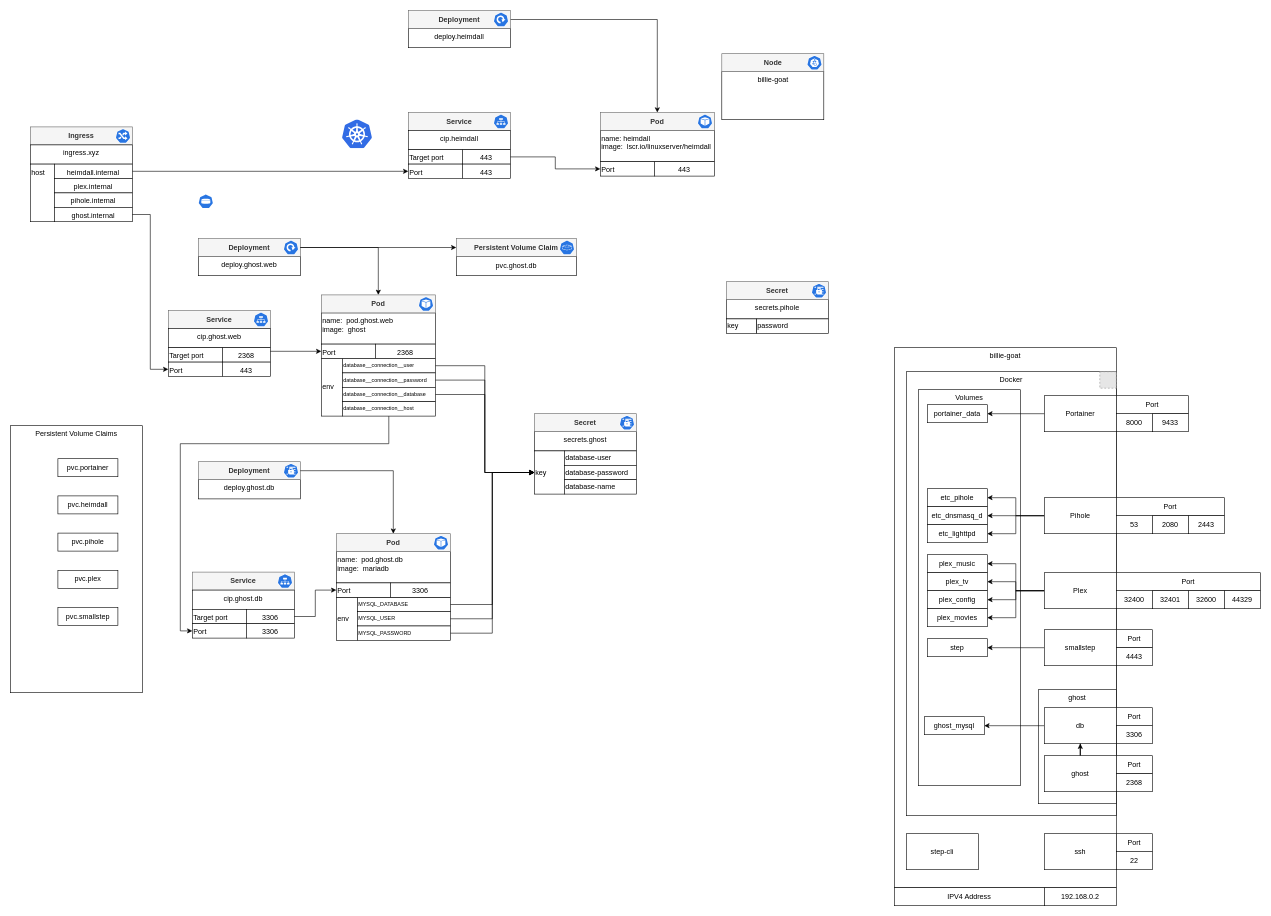
This is page "Kubernetes" (2 of 2) of Untitled Diagram.drawio from isaac-brown/diagrams, a draw.io file, before an edit. Source tidied: cells renumbered, new cells numbered last; positions are measured from the earlier drawing's top-left corner, leaving out a move shared by most shapes. Both pictures are drawn from the tidied source at 60%, with x=0, y=0 at pixel (10, 10). Pictures stored in the file or linked from it are replaced by grey dashed boxes.
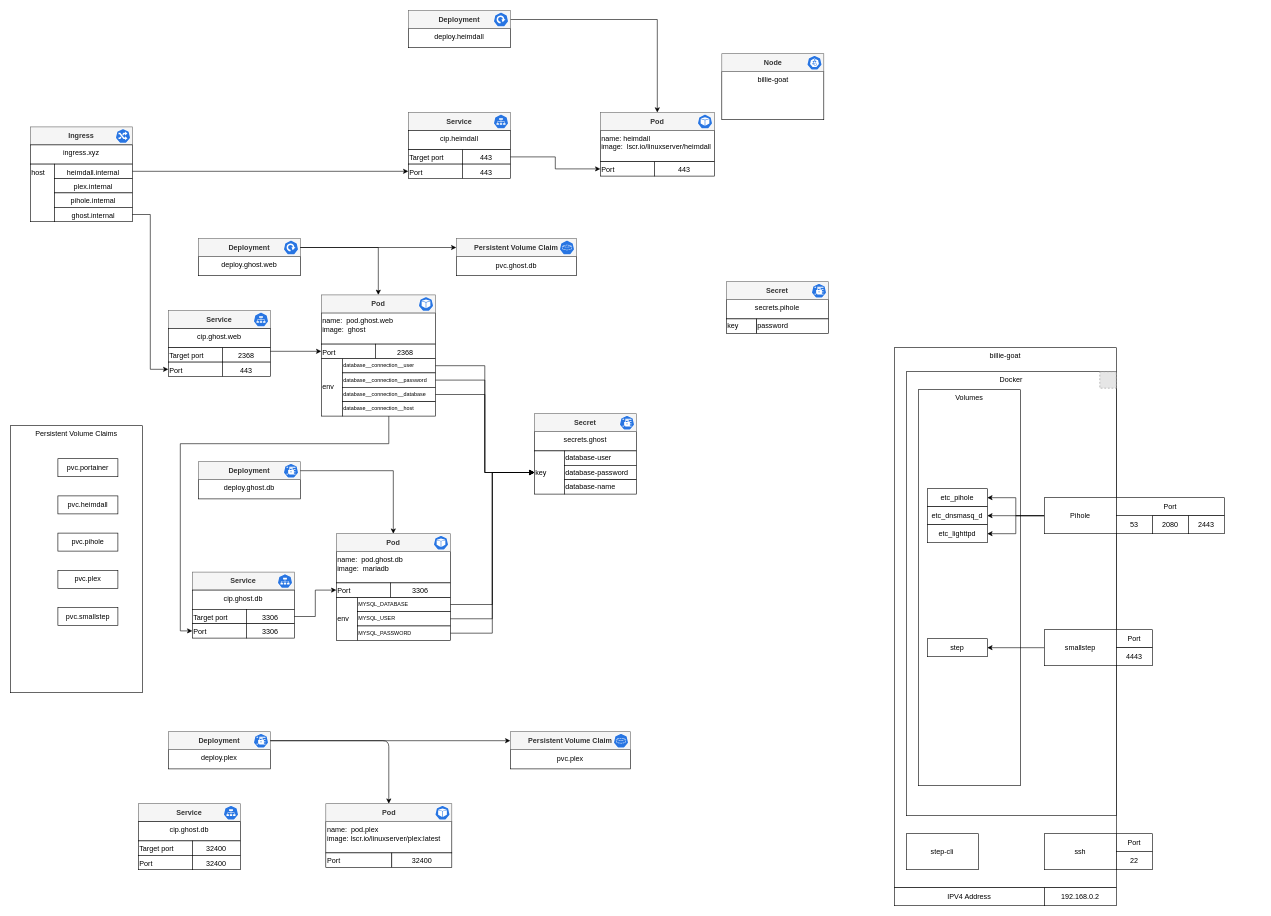
The same diagram, later.

Change to the diagram source:
```diff
@@
-    <mxCell id="4" style="sketch=0;html=1;dashed=0;whitespace=wrap;fillColor=#2875E2;strokeColor=#ffffff;verticalLabelPosition=bottom;align=center;verticalAlign=top;shape=mxgraph.kubernetes.icon;prIcon=pv;" parent="1" vertex="1">
-      <mxGeometry x="313" y="306" width="25" height="24" as="geometry" />
-    </mxCell>
@@
-    <mxCell id="12" value="Portainer" style="rounded=0;whiteSpace=wrap;html=1;" parent="1" vertex="1">
-      <mxGeometry x="1723" y="642" width="120" height="60" as="geometry" />
-    </mxCell>
-    <mxCell id="13" value="8000" style="rounded=0;whiteSpace=wrap;html=1;" parent="1" vertex="1">
-      <mxGeometry x="1843" y="672" width="60" height="30" as="geometry" />
-    </mxCell>
-    <mxCell id="14" value="Port" style="rounded=0;whiteSpace=wrap;html=1;" parent="1" vertex="1">
-      <mxGeometry x="1843" y="642" width="120" height="30" as="geometry" />
-    </mxCell>
@@
-    <mxCell id="23" style="edgeStyle=orthogonalEdgeStyle;rounded=0;jettySize=auto;html=1;" parent="1" edge="1" source="27" target="55">
-      <mxGeometry relative="1" as="geometry" />
-    </mxCell>
-    <mxCell id="24" style="edgeStyle=orthogonalEdgeStyle;rounded=0;jettySize=auto;html=1;" parent="1" edge="1" source="27" target="56">
-      <mxGeometry relative="1" as="geometry" />
-    </mxCell>
-    <mxCell id="25" style="edgeStyle=orthogonalEdgeStyle;rounded=0;jettySize=auto;html=1;" parent="1" edge="1" source="27" target="57">
-      <mxGeometry relative="1" as="geometry" />
-    </mxCell>
-    <mxCell id="26" style="edgeStyle=orthogonalEdgeStyle;rounded=0;jettySize=auto;html=1;" parent="1" edge="1" source="27" target="58">
-      <mxGeometry relative="1" as="geometry" />
-    </mxCell>
-    <mxCell id="27" value="Plex" style="rounded=0;whiteSpace=wrap;html=1;" parent="1" vertex="1">
-      <mxGeometry x="1723" y="937" width="120" height="60" as="geometry" />
-    </mxCell>
-    <mxCell id="28" value="32400" style="rounded=0;whiteSpace=wrap;html=1;" parent="1" vertex="1">
-      <mxGeometry x="1843" y="967" width="60" height="30" as="geometry" />
-    </mxCell>
-    <mxCell id="29" value="Port" style="rounded=0;whiteSpace=wrap;html=1;" parent="1" vertex="1">
-      <mxGeometry x="1843" y="937" width="240" height="30" as="geometry" />
-    </mxCell>
-    <mxCell id="30" value="portainer_data" style="rounded=0;whiteSpace=wrap;html=1;" parent="1" vertex="1">
-      <mxGeometry x="1528" y="657" width="100" height="30" as="geometry" />
-    </mxCell>
-    <mxCell id="31" style="edgeStyle=orthogonalEdgeStyle;rounded=0;jettySize=auto;html=1;exitX=0;exitY=0.5;exitDx=0;exitDy=0;" parent="1" edge="1" source="12" target="30">
-      <mxGeometry relative="1" as="geometry" />
-    </mxCell>
@@
-    <mxCell id="35" value="9433" style="rounded=0;whiteSpace=wrap;html=1;" parent="1" vertex="1">
-      <mxGeometry x="1903" y="672" width="60" height="30" as="geometry" />
-    </mxCell>
@@
-    <mxCell id="37" value="ghost" style="rounded=0;whiteSpace=wrap;html=1;verticalAlign=top;" parent="1" vertex="1">
-      <mxGeometry x="1713" y="1132" width="130" height="190" as="geometry" />
-    </mxCell>
-    <mxCell id="38" value="3306" style="rounded=0;whiteSpace=wrap;html=1;" parent="1" vertex="1">
-      <mxGeometry x="1843" y="1192" width="60" height="30" as="geometry" />
-    </mxCell>
-    <mxCell id="39" style="edgeStyle=orthogonalEdgeStyle;rounded=0;jettySize=auto;html=1;entryX=1;entryY=0.5;entryDx=0;entryDy=0;" parent="1" edge="1" source="40" target="59">
-      <mxGeometry relative="1" as="geometry" />
-    </mxCell>
-    <mxCell id="40" value="db" style="rounded=0;whiteSpace=wrap;html=1;" parent="1" vertex="1">
-      <mxGeometry x="1723" y="1162" width="120" height="60" as="geometry" />
-    </mxCell>
-    <mxCell id="41" value="Port" style="rounded=0;whiteSpace=wrap;html=1;" parent="1" vertex="1">
-      <mxGeometry x="1843" y="1162" width="60" height="30" as="geometry" />
-    </mxCell>
-    <mxCell id="42" style="edgeStyle=orthogonalEdgeStyle;rounded=0;jettySize=auto;html=1;" parent="1" edge="1" source="43" target="40">
-      <mxGeometry relative="1" as="geometry" />
-    </mxCell>
-    <mxCell id="43" value="ghost" style="rounded=0;whiteSpace=wrap;html=1;" parent="1" vertex="1">
-      <mxGeometry x="1723" y="1242" width="120" height="60" as="geometry" />
-    </mxCell>
-    <mxCell id="44" value="Port" style="rounded=0;whiteSpace=wrap;html=1;" parent="1" vertex="1">
-      <mxGeometry x="1843" y="1242" width="60" height="30" as="geometry" />
-    </mxCell>
-    <mxCell id="45" value="2368" style="rounded=0;whiteSpace=wrap;html=1;" parent="1" vertex="1">
-      <mxGeometry x="1843" y="1272" width="60" height="30" as="geometry" />
-    </mxCell>
@@
-    <mxCell id="50" value="32401" style="rounded=0;whiteSpace=wrap;html=1;" parent="1" vertex="1">
-      <mxGeometry x="1903" y="967" width="60" height="30" as="geometry" />
-    </mxCell>
-    <mxCell id="51" value="32600" style="rounded=0;whiteSpace=wrap;html=1;" parent="1" vertex="1">
-      <mxGeometry x="1963" y="967" width="60" height="30" as="geometry" />
-    </mxCell>
-    <mxCell id="52" value="44329" style="rounded=0;whiteSpace=wrap;html=1;" parent="1" vertex="1">
-      <mxGeometry x="2023" y="967" width="60" height="30" as="geometry" />
-    </mxCell>
@@
-    <mxCell id="55" value="plex_music" style="rounded=0;whiteSpace=wrap;html=1;" parent="1" vertex="1">
-      <mxGeometry x="1528" y="907" width="100" height="30" as="geometry" />
-    </mxCell>
-    <mxCell id="56" value="plex_tv" style="rounded=0;whiteSpace=wrap;html=1;" parent="1" vertex="1">
-      <mxGeometry x="1528" y="937" width="100" height="30" as="geometry" />
-    </mxCell>
-    <mxCell id="57" value="plex_config" style="rounded=0;whiteSpace=wrap;html=1;" parent="1" vertex="1">
-      <mxGeometry x="1528" y="967" width="100" height="30" as="geometry" />
-    </mxCell>
-    <mxCell id="58" value="plex_movies" style="rounded=0;whiteSpace=wrap;html=1;" parent="1" vertex="1">
-      <mxGeometry x="1528" y="997" width="100" height="30" as="geometry" />
-    </mxCell>
-    <mxCell id="59" value="ghost_mysql" style="rounded=0;whiteSpace=wrap;html=1;" parent="1" vertex="1">
-      <mxGeometry x="1523" y="1177" width="100" height="30" as="geometry" />
-    </mxCell>
@@
-    <mxCell id="61" style="sketch=0;html=1;align=center;image;fontSize=12;image=img/lib/mscae/Kubernetes.svg;" parent="1" vertex="1">
-      <mxGeometry x="553" y="182" width="50" height="48" as="geometry" />
-    </mxCell>
@@
+    <mxCell id="174" style="group;" parent="1" vertex="1">
+      <mxGeometry x="525.5" y="1322" width="210" height="106" as="geometry" />
+    </mxCell>
+    <mxCell id="175" value="name: &lt;span style=&quot;white-space: pre;&quot;&gt; &lt;/span&gt;pod.plex&lt;br&gt;image:&lt;span style=&quot;white-space: pre;&quot;&gt; &lt;/span&gt;lscr.io/linuxserver/plex:latest" style="rounded=0;whiteSpace=wrap;html=1;fontColor=#000000;verticalAlign=top;align=left;" parent="174" vertex="1">
+      <mxGeometry y="30" width="210" height="52" as="geometry" />
+    </mxCell>
+    <mxCell id="176" value="Pod" style="rounded=0;whiteSpace=wrap;html=1;verticalAlign=middle;fillColor=#f5f5f5;strokeColor=#666666;fontColor=#333333;fontStyle=1;" parent="174" vertex="1">
+      <mxGeometry width="210" height="30" as="geometry" />
+    </mxCell>
+    <mxCell id="177" style="sketch=0;html=1;dashed=0;whitespace=wrap;fillColor=#2875E2;strokeColor=#ffffff;verticalLabelPosition=bottom;align=center;verticalAlign=top;shape=mxgraph.kubernetes.icon;prIcon=pod;fontColor=#000000;" parent="174" vertex="1">
+      <mxGeometry x="182" y="3" width="25" height="24" as="geometry" />
+    </mxCell>
+    <mxCell id="178" value="Port" style="rounded=0;whiteSpace=wrap;html=1;fontColor=#000000;verticalAlign=top;align=left;" parent="174" vertex="1">
+      <mxGeometry y="82" width="110" height="24" as="geometry" />
+    </mxCell>
+    <mxCell id="179" value="32400" style="rounded=0;whiteSpace=wrap;html=1;fontColor=#000000;verticalAlign=top;" parent="174" vertex="1">
+      <mxGeometry x="110" y="82" width="100" height="24" as="geometry" />
+    </mxCell>
+    <mxCell id="180" style="group;" parent="1" vertex="1">
+      <mxGeometry x="263" y="1202" width="170" height="62" as="geometry" />
+    </mxCell>
+    <mxCell id="181" value="deploy.plex" style="rounded=0;whiteSpace=wrap;html=1;fontColor=#000000;verticalAlign=top;" parent="180" vertex="1">
+      <mxGeometry y="30" width="170" height="32" as="geometry" />
+    </mxCell>
+    <mxCell id="182" value="Deployment" style="rounded=0;whiteSpace=wrap;html=1;verticalAlign=middle;fillColor=#f5f5f5;strokeColor=#666666;fontColor=#333333;fontStyle=1;" parent="180" vertex="1">
+      <mxGeometry width="170" height="30" as="geometry" />
+    </mxCell>
+    <mxCell id="183" style="sketch=0;html=1;dashed=0;whitespace=wrap;fillColor=#2875E2;strokeColor=#ffffff;verticalLabelPosition=bottom;align=center;verticalAlign=top;shape=mxgraph.kubernetes.icon;prIcon=secret;fontColor=#000000;" parent="180" vertex="1">
+      <mxGeometry x="142" y="3" width="25" height="24" as="geometry" />
+    </mxCell>
+    <mxCell id="184" style="edgeStyle=orthogonalEdgeStyle;rounded=1;jettySize=auto;html=1;entryX=0.5;entryY=0;entryDx=0;entryDy=0;fontSize=9;fontColor=#000000;exitX=1;exitY=0.5;exitDx=0;exitDy=0;" parent="1" edge="1" source="182" target="176">
+      <mxGeometry relative="1" as="geometry" />
+    </mxCell>
+    <mxCell id="185" style="group;" parent="1" vertex="1">
+      <mxGeometry x="833" y="1202" width="200" height="62" as="geometry" />
+    </mxCell>
+    <mxCell id="186" value="pvc.plex" style="rounded=0;whiteSpace=wrap;html=1;" parent="185" vertex="1">
+      <mxGeometry y="30" width="200" height="32" as="geometry" />
+    </mxCell>
+    <mxCell id="187" value="Persistent Volume Claim" style="rounded=0;whiteSpace=wrap;html=1;verticalAlign=middle;fillColor=#f5f5f5;strokeColor=#666666;fontColor=#333333;fontStyle=1;" parent="185" vertex="1">
+      <mxGeometry width="200" height="30" as="geometry" />
+    </mxCell>
+    <mxCell id="188" style="sketch=0;html=1;dashed=0;whitespace=wrap;fillColor=#2875E2;strokeColor=#ffffff;verticalLabelPosition=bottom;align=center;verticalAlign=top;shape=mxgraph.kubernetes.icon;prIcon=pvc;fontColor=#ffffff;" parent="185" vertex="1">
+      <mxGeometry x="172" y="3" width="25" height="24" as="geometry" />
+    </mxCell>
+    <mxCell id="189" style="edgeStyle=orthogonalEdgeStyle;rounded=1;jettySize=auto;html=1;entryX=0;entryY=0.5;entryDx=0;entryDy=0;fontSize=9;fontColor=#000000;" parent="1" edge="1" source="182" target="187">
+      <mxGeometry relative="1" as="geometry" />
+    </mxCell>
+    <mxCell id="190" style="group;" parent="1" vertex="1">
+      <mxGeometry x="213" y="1322" width="170" height="110" as="geometry" />
+    </mxCell>
+    <mxCell id="191" value="Service" style="rounded=0;whiteSpace=wrap;html=1;verticalAlign=middle;fillColor=#f5f5f5;strokeColor=#666666;fontColor=#333333;fontStyle=1;" parent="190" vertex="1">
+      <mxGeometry width="170" height="30" as="geometry" />
+    </mxCell>
+    <mxCell id="192" style="sketch=0;html=1;dashed=0;whitespace=wrap;fillColor=#2875E2;strokeColor=#ffffff;verticalLabelPosition=bottom;align=center;verticalAlign=top;shape=mxgraph.kubernetes.icon;prIcon=svc;fontColor=#000000;" parent="190" vertex="1">
+      <mxGeometry x="142" y="3" width="25" height="24" as="geometry" />
+    </mxCell>
+    <mxCell id="193" value="cip.ghost.db" style="rounded=0;whiteSpace=wrap;html=1;fontColor=#000000;verticalAlign=top;" parent="190" vertex="1">
+      <mxGeometry y="30" width="170" height="32" as="geometry" />
+    </mxCell>
+    <mxCell id="194" value="Target port" style="rounded=0;whiteSpace=wrap;html=1;fontColor=#000000;verticalAlign=top;align=left;" parent="190" vertex="1">
+      <mxGeometry y="62" width="90" height="24" as="geometry" />
+    </mxCell>
+    <mxCell id="195" value="32400" style="rounded=0;whiteSpace=wrap;html=1;fontColor=#000000;verticalAlign=top;" parent="190" vertex="1">
+      <mxGeometry x="90" y="62" width="80" height="24" as="geometry" />
+    </mxCell>
+    <mxCell id="196" value="Port" style="rounded=0;whiteSpace=wrap;html=1;fontColor=#000000;verticalAlign=top;align=left;" parent="190" vertex="1">
+      <mxGeometry y="86" width="90" height="24" as="geometry" />
+    </mxCell>
+    <mxCell id="197" value="32400" style="rounded=0;whiteSpace=wrap;html=1;fontColor=#000000;verticalAlign=top;" parent="190" vertex="1">
+      <mxGeometry x="90" y="86" width="80" height="24" as="geometry" />
+    </mxCell>
```
